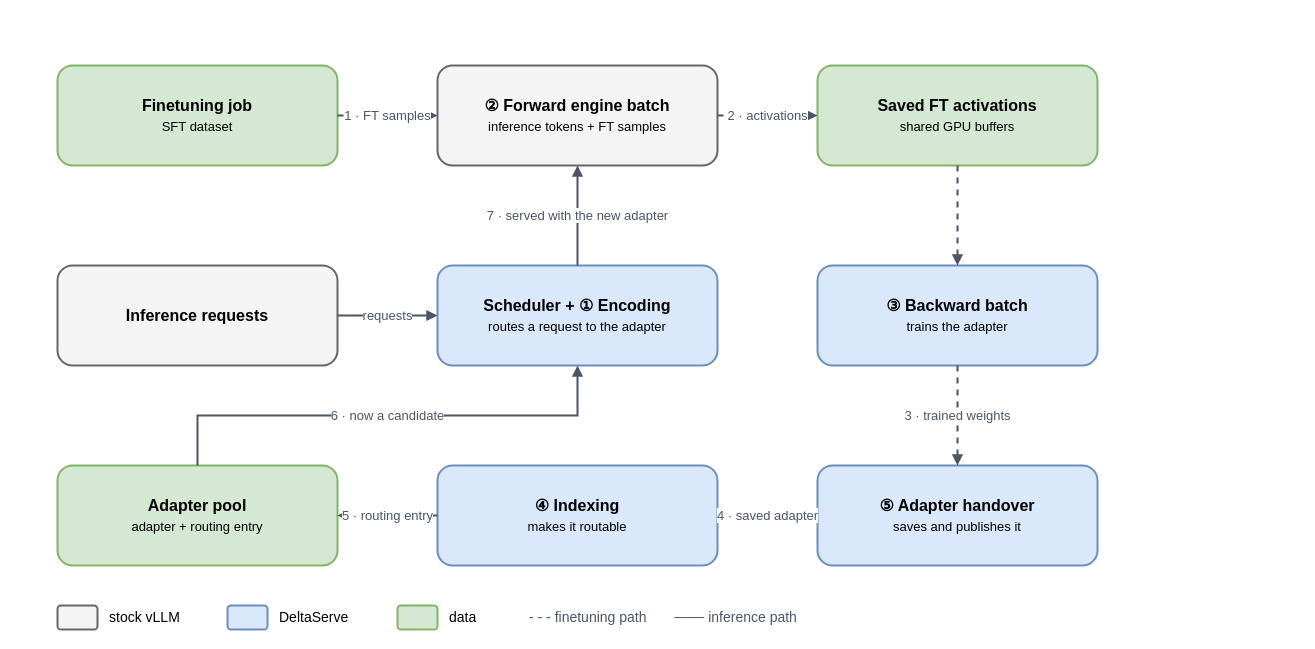
The draw.io diagram page "adapter-life" (3 of 14) of docs/figures/scheduling/all-scheduling-diagrams.drawio in 852866031/DeltaServe-vLLM, before the edit. Source tidied: cells renumbered, new cells numbered last; positions are measured from the earlier drawing's top-left corner, leaving out a move shared by most shapes. Both pictures are drawn from the tidied source at 100%, with x=0, y=0 at pixel (57, 65).
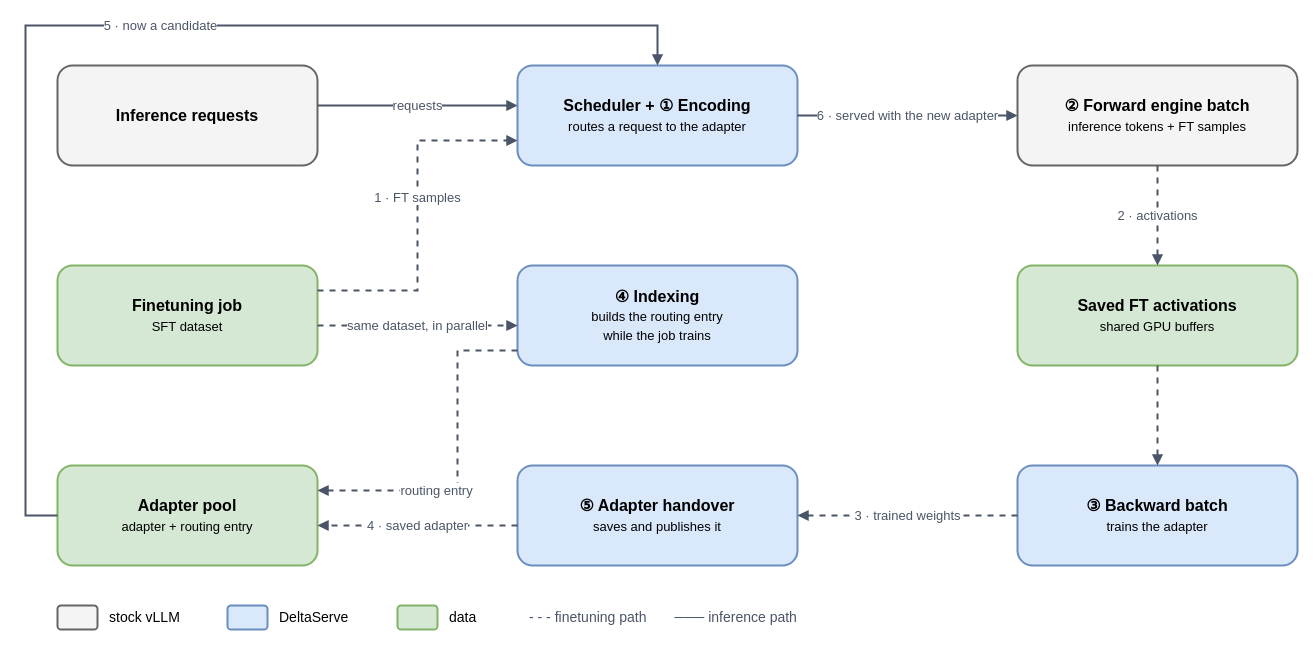
Above is the later version.

Commit message (it also covers changes not shown here):
docs: indexing runs in parallel with training (lifecycle, indexing, handover figures + text); lifecycle inputs in the left column

The edit, as a diff of the source:
```diff
@@
     <mxCell id="2" value="&lt;b&gt;Finetuning job&lt;/b&gt;&lt;br&gt;&lt;font style=&quot;font-size:13px&quot;&gt;SFT dataset&lt;/font&gt;" style="rounded=1;whiteSpace=wrap;html=1;fontSize=16;fillColor=#D5E8D4;strokeColor=#82B366;strokeWidth=2;" parent="1" vertex="1">
-      <mxGeometry width="280" height="100" as="geometry" />
+      <mxGeometry y="200" width="260" height="100" as="geometry" />
     </mxCell>
     <mxCell id="3" value="&lt;b&gt;② Forward engine batch&lt;/b&gt;&lt;br&gt;&lt;font style=&quot;font-size:13px&quot;&gt;inference tokens + FT samples&lt;/font&gt;" style="rounded=1;whiteSpace=wrap;html=1;fontSize=16;fillColor=#F4F4F4;strokeColor=#666666;strokeWidth=2;" parent="1" vertex="1">
-      <mxGeometry x="380" width="280" height="100" as="geometry" />
+      <mxGeometry x="960" width="280" height="100" as="geometry" />
     </mxCell>
     <mxCell id="4" value="&lt;b&gt;Saved FT activations&lt;/b&gt;&lt;br&gt;&lt;font style=&quot;font-size:13px&quot;&gt;shared GPU buffers&lt;/font&gt;" style="rounded=1;whiteSpace=wrap;html=1;fontSize=16;fillColor=#D5E8D4;strokeColor=#82B366;strokeWidth=2;" parent="1" vertex="1">
-      <mxGeometry x="760" width="280" height="100" as="geometry" />
+      <mxGeometry x="960" y="200" width="280" height="100" as="geometry" />
     </mxCell>
     <mxCell id="5" value="&lt;b&gt;Inference requests&lt;/b&gt;" style="rounded=1;whiteSpace=wrap;html=1;fontSize=16;fillColor=#F4F4F4;strokeColor=#666666;strokeWidth=2;" parent="1" vertex="1">
-      <mxGeometry y="200" width="280" height="100" as="geometry" />
+      <mxGeometry width="260" height="100" as="geometry" />
     </mxCell>
     <mxCell id="6" value="&lt;b&gt;Scheduler + ① Encoding&lt;/b&gt;&lt;br&gt;&lt;font style=&quot;font-size:13px&quot;&gt;routes a request to the adapter&lt;/font&gt;" style="rounded=1;whiteSpace=wrap;html=1;fontSize=16;fillColor=#DAE8FC;strokeColor=#6C8EBF;strokeWidth=2;" parent="1" vertex="1">
-      <mxGeometry x="380" y="200" width="280" height="100" as="geometry" />
+      <mxGeometry x="460" width="280" height="100" as="geometry" />
     </mxCell>
     <mxCell id="7" value="&lt;b&gt;③ Backward batch&lt;/b&gt;&lt;br&gt;&lt;font style=&quot;font-size:13px&quot;&gt;trains the adapter&lt;/font&gt;" style="rounded=1;whiteSpace=wrap;html=1;fontSize=16;fillColor=#DAE8FC;strokeColor=#6C8EBF;strokeWidth=2;" parent="1" vertex="1">
-      <mxGeometry x="760" y="200" width="280" height="100" as="geometry" />
+      <mxGeometry x="960" y="400" width="280" height="100" as="geometry" />
     </mxCell>
     <mxCell id="8" value="&lt;b&gt;Adapter pool&lt;/b&gt;&lt;br&gt;&lt;font style=&quot;font-size:13px&quot;&gt;adapter + routing entry&lt;/font&gt;" style="rounded=1;whiteSpace=wrap;html=1;fontSize=16;fillColor=#D5E8D4;strokeColor=#82B366;strokeWidth=2;" parent="1" vertex="1">
-      <mxGeometry y="400" width="280" height="100" as="geometry" />
+      <mxGeometry y="400" width="260" height="100" as="geometry" />
     </mxCell>
-    <mxCell id="9" value="&lt;b&gt;④ Indexing&lt;/b&gt;&lt;br&gt;&lt;font style=&quot;font-size:13px&quot;&gt;makes it routable&lt;/font&gt;" style="rounded=1;whiteSpace=wrap;html=1;fontSize=16;fillColor=#DAE8FC;strokeColor=#6C8EBF;strokeWidth=2;" parent="1" vertex="1">
-      <mxGeometry x="380" y="400" width="280" height="100" as="geometry" />
+    <mxCell id="9" value="&lt;b&gt;④ Indexing&lt;/b&gt;&lt;br&gt;&lt;font style=&quot;font-size:13px&quot;&gt;builds the routing entry&lt;br&gt;while the job trains&lt;/font&gt;" style="rounded=1;whiteSpace=wrap;html=1;fontSize=16;fillColor=#DAE8FC;strokeColor=#6C8EBF;strokeWidth=2;" parent="1" vertex="1">
+      <mxGeometry x="460" y="200" width="280" height="100" as="geometry" />
     </mxCell>
     <mxCell id="10" value="&lt;b&gt;⑤ Adapter handover&lt;/b&gt;&lt;br&gt;&lt;font style=&quot;font-size:13px&quot;&gt;saves and publishes it&lt;/font&gt;" style="rounded=1;whiteSpace=wrap;html=1;fontSize=16;fillColor=#DAE8FC;strokeColor=#6C8EBF;strokeWidth=2;" parent="1" vertex="1">
-      <mxGeometry x="760" y="400" width="280" height="100" as="geometry" />
+      <mxGeometry x="460" y="400" width="280" height="100" as="geometry" />
     </mxCell>
+    <mxCell id="19" value="requests" style="html=1;strokeColor=#4A5568;strokeWidth=2;fontSize=13;fontColor=#4A5568;endArrow=block;exitX=1;exitY=0.4;entryX=0;entryY=0.4;" parent="1" edge="1" source="5" target="6">
+      <mxGeometry relative="1" as="geometry" />
+    </mxCell>
-    <mxCell id="11" value="1 · FT samples" style="html=1;strokeColor=#4A5568;strokeWidth=2;fontSize=13;fontColor=#4A5568;endArrow=block;dashed=1;" parent="1" edge="1" source="2" target="3">
-      <mxGeometry relative="1" as="geometry" />
+    <mxCell id="11" value="1 · FT samples" style="edgeStyle=orthogonalEdgeStyle;rounded=0;html=1;strokeColor=#4A5568;strokeWidth=2;fontSize=13;fontColor=#4A5568;endArrow=block;dashed=1;exitX=1;exitY=0.25;entryX=0;entryY=0.75;" parent="1" edge="1" source="2" target="6">
+      <mxGeometry x="0.1" relative="1" as="geometry">
+        <Array as="points">
+          <mxPoint x="360" y="225" />
+          <mxPoint x="360" y="75" />
+        </Array>
+      </mxGeometry>
     </mxCell>
+    <mxCell id="27" value="same dataset, in parallel" style="html=1;strokeColor=#4A5568;strokeWidth=2;fontSize=13;fontColor=#4A5568;endArrow=block;dashed=1;exitX=1;exitY=0.6;entryX=0;entryY=0.6;" parent="1" edge="1" source="2" target="9">
+      <mxGeometry relative="1" as="geometry" />
+    </mxCell>
+    <mxCell id="18" value="6 · served with the new adapter" style="html=1;strokeColor=#4A5568;strokeWidth=2;fontSize=13;fontColor=#4A5568;endArrow=block;" parent="1" edge="1" source="6" target="3">
+      <mxGeometry relative="1" as="geometry" />
+    </mxCell>
@@
-    <mxCell id="13" style="html=1;strokeColor=#4A5568;strokeWidth=2;endArrow=block;dashed=1;" parent="1" edge="1" source="4" target="7">
+    <mxCell id="13" style="html=1;strokeColor=#4A5568;strokeWidth=2;fontSize=13;fontColor=#4A5568;endArrow=block;dashed=1;" parent="1" edge="1" source="4" target="7">
       <mxGeometry relative="1" as="geometry" />
     </mxCell>
@@
-    <mxCell id="15" value="4 · saved adapter" style="html=1;strokeColor=#4A5568;strokeWidth=2;fontSize=13;fontColor=#4A5568;endArrow=block;dashed=1;" parent="1" edge="1" source="10" target="9">
+    <mxCell id="15" value="4 · saved adapter" style="html=1;strokeColor=#4A5568;strokeWidth=2;fontSize=13;fontColor=#4A5568;endArrow=block;dashed=1;exitX=0;exitY=0.6;entryX=1;entryY=0.6;" parent="1" edge="1" source="10" target="8">
       <mxGeometry relative="1" as="geometry" />
     </mxCell>
-    <mxCell id="16" value="5 · routing entry" style="html=1;strokeColor=#4A5568;strokeWidth=2;fontSize=13;fontColor=#4A5568;endArrow=block;dashed=1;" parent="1" edge="1" source="9" target="8">
-      <mxGeometry relative="1" as="geometry" />
+    <mxCell id="16" value="routing entry" style="edgeStyle=orthogonalEdgeStyle;rounded=0;html=1;strokeColor=#4A5568;strokeWidth=2;fontSize=13;fontColor=#4A5568;endArrow=block;dashed=1;exitX=0;exitY=0.85;entryX=1;entryY=0.25;" parent="1" edge="1" source="9" target="8">
+      <mxGeometry x="0.3" relative="1" as="geometry">
+        <Array as="points">
+          <mxPoint x="400" y="285" />
+          <mxPoint x="400" y="425" />
+        </Array>
+      </mxGeometry>
     </mxCell>
-    <mxCell id="17" value="6 · now a candidate" style="edgeStyle=orthogonalEdgeStyle;rounded=0;html=1;strokeColor=#4A5568;strokeWidth=2;fontSize=13;fontColor=#4A5568;endArrow=block;exitX=0.5;exitY=0;entryX=0.5;entryY=1;" parent="1" edge="1" source="8" target="6">
-      <mxGeometry relative="1" as="geometry">
+    <mxCell id="17" value="5 · now a candidate" style="edgeStyle=orthogonalEdgeStyle;rounded=0;html=1;strokeColor=#4A5568;strokeWidth=2;fontSize=13;fontColor=#4A5568;endArrow=block;exitX=0;exitY=0.5;entryX=0.5;entryY=0;" parent="1" edge="1" source="8" target="6">
+      <mxGeometry x="0.1" relative="1" as="geometry">
         <Array as="points">
-          <mxPoint x="140" y="350" />
-          <mxPoint x="520" y="350" />
+          <mxPoint x="-32" y="450" />
+          <mxPoint x="-32" y="-40" />
+          <mxPoint x="600" y="-40" />
         </Array>
       </mxGeometry>
     </mxCell>
-    <mxCell id="18" value="7 · served with the new adapter" style="html=1;strokeColor=#4A5568;strokeWidth=2;fontSize=13;fontColor=#4A5568;endArrow=block;" parent="1" edge="1" source="6" target="3">
-      <mxGeometry relative="1" as="geometry" />
-    </mxCell>
-    <mxCell id="19" value="requests" style="html=1;strokeColor=#4A5568;strokeWidth=2;fontSize=13;fontColor=#4A5568;endArrow=block;" parent="1" edge="1" source="5" target="6">
-      <mxGeometry relative="1" as="geometry" />
-    </mxCell>
```
